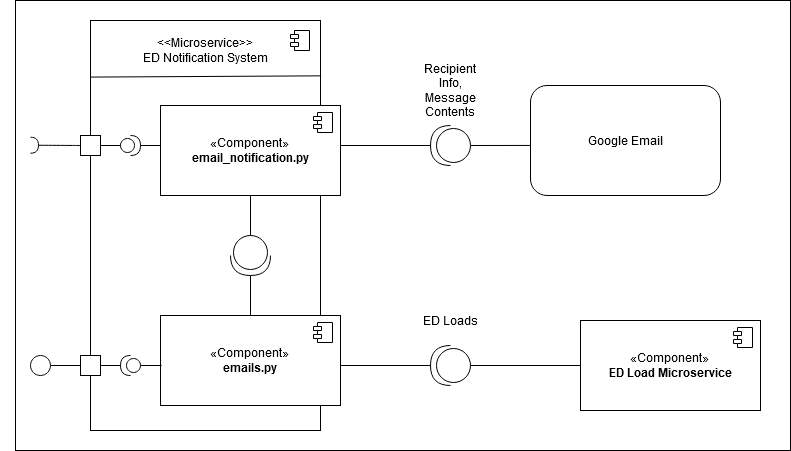
The draw.io diagram Assets/M2/NotificationServiceAssets/Notification_CC.png in uvic-teach/project-m1-team9, before a commit. Source tidied: cells renumbered, new cells last; positions are measured from the earlier drawing's top-left corner, leaving out a move shared by most shapes.
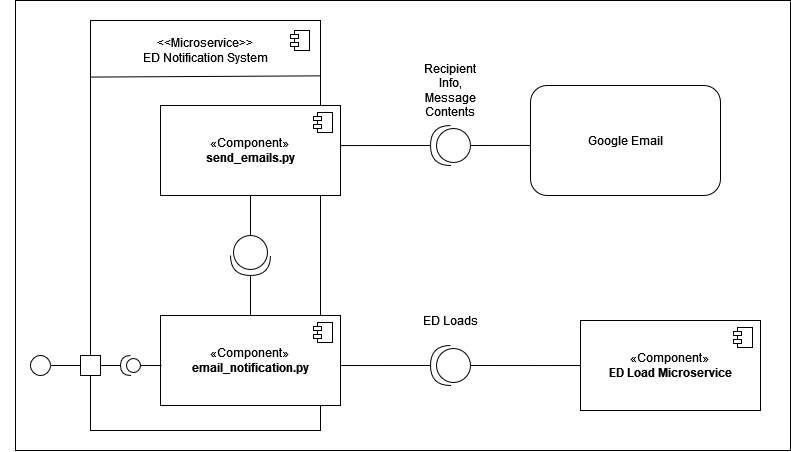
Above is the later version.

Commit message:
Update Notification_CC for recent changes.png

The edit, as a diff of the source:
```diff
@@ -11,7 +11,7 @@
     <mxCell id="4" value="&amp;lt;&amp;lt;Microservice&amp;gt;&amp;gt;&lt;br&gt;&lt;div&gt;ED Notification System&lt;/div&gt;" style="text;html=1;strokeColor=none;fillColor=none;align=center;verticalAlign=middle;whiteSpace=wrap;rounded=0;" parent="1" vertex="1">
       <mxGeometry x="135" y="30" width="140" height="40" as="geometry" />
     </mxCell>
-    <mxCell id="5" value="«Component»&lt;br&gt;&lt;b&gt;email_notification.py&lt;/b&gt;" style="html=1;whiteSpace=wrap;" parent="1" vertex="1">
+    <mxCell id="5" value="«Component»&lt;br&gt;&lt;b&gt;send_emails.py&lt;/b&gt;" style="html=1;whiteSpace=wrap;" parent="1" vertex="1">
       <mxGeometry x="160" y="105" width="180" height="90" as="geometry" />
     </mxCell>
     <mxCell id="6" style="shape=module;jettyWidth=8;jettyHeight=4;" parent="5" vertex="1">
@@ -51,7 +51,7 @@
         </Array>
       </mxGeometry>
     </mxCell>
-    <mxCell id="13" value="«Component»&lt;br&gt;&lt;b&gt;emails.py&lt;/b&gt;" style="html=1;whiteSpace=wrap;" parent="1" vertex="1">
+    <mxCell id="13" value="«Component»&lt;br&gt;&lt;b&gt;email_notification.py&lt;/b&gt;" style="html=1;whiteSpace=wrap;" parent="1" vertex="1">
       <mxGeometry x="160" y="315" width="180" height="90" as="geometry" />
     </mxCell>
     <mxCell id="14" style="shape=module;jettyWidth=8;jettyHeight=4;" parent="13" vertex="1">
@@ -91,38 +91,21 @@
     <mxCell id="24" style="shape=module;jettyWidth=8;jettyHeight=4;" parent="1" vertex="1">
       <mxGeometry x="290" y="30" width="19" height="20" as="geometry" />
     </mxCell>
-    <mxCell id="25" style="whiteSpace=wrap;html=1;" parent="1" vertex="1">
-      <mxGeometry x="80" y="135" width="20" height="20" as="geometry" />
-    </mxCell>
     <mxCell id="26" style="edgeStyle=orthogonalEdgeStyle;rounded=0;jettySize=auto;html=1;exitX=0;exitY=0.5;exitDx=0;exitDy=0;entryX=1;entryY=0.5;entryDx=0;entryDy=0;endArrow=none;endFill=0;" parent="1" edge="1" source="27" target="32">
       <mxGeometry relative="1" as="geometry" />
     </mxCell>
     <mxCell id="27" style="whiteSpace=wrap;html=1;" parent="1" vertex="1">
       <mxGeometry x="80" y="355" width="20" height="20" as="geometry" />
     </mxCell>
-    <mxCell id="28" style="shape=providedRequiredInterface;html=1;verticalLabelPosition=bottom;sketch=0;" parent="1" vertex="1">
-      <mxGeometry x="120" y="135" width="20" height="20" as="geometry" />
-    </mxCell>
     <mxCell id="29" style="shape=providedRequiredInterface;html=1;verticalLabelPosition=bottom;sketch=0;rotation=-180;" parent="1" vertex="1">
       <mxGeometry x="120" y="355" width="20" height="20" as="geometry" />
     </mxCell>
-    <mxCell id="30" style="rounded=0;jettySize=auto;html=1;endArrow=halfCircle;endFill=0;endSize=6;strokeWidth=1;sketch=0;fontSize=12;curved=1;exitX=0;exitY=0.5;exitDx=0;exitDy=0;" parent="1" edge="1" source="25">
-      <mxGeometry relative="1" as="geometry">
-        <mxPoint x="30" y="144.7" as="targetPoint" />
-      </mxGeometry>
-    </mxCell>
     <mxCell id="31" style="ellipse;whiteSpace=wrap;html=1;align=center;fillColor=none;strokeColor=none;perimeter=centerPerimeter;" parent="1" vertex="1">
       <mxGeometry y="190" width="10" height="10" as="geometry" />
     </mxCell>
     <mxCell id="32" style="ellipse;whiteSpace=wrap;html=1;" parent="1" vertex="1">
       <mxGeometry x="30" y="355" width="20" height="20" as="geometry" />
     </mxCell>
-    <mxCell id="33" style="edgeStyle=orthogonalEdgeStyle;rounded=0;jettySize=auto;html=1;exitX=1;exitY=0.5;exitDx=0;exitDy=0;entryX=0;entryY=0.5;entryDx=0;entryDy=0;entryPerimeter=0;endArrow=none;endFill=0;" parent="1" edge="1" source="25" target="28">
-      <mxGeometry relative="1" as="geometry" />
-    </mxCell>
-    <mxCell id="34" style="edgeStyle=orthogonalEdgeStyle;rounded=0;jettySize=auto;html=1;entryX=-0.003;entryY=0.452;entryDx=0;entryDy=0;entryPerimeter=0;endArrow=none;endFill=0;" parent="1" edge="1" source="28" target="5">
-      <mxGeometry relative="1" as="geometry" />
-    </mxCell>
     <mxCell id="35" style="edgeStyle=orthogonalEdgeStyle;rounded=0;jettySize=auto;html=1;exitX=1;exitY=0.5;exitDx=0;exitDy=0;entryX=1;entryY=0.5;entryDx=0;entryDy=0;entryPerimeter=0;endArrow=none;endFill=0;" parent="1" edge="1" source="27" target="29">
       <mxGeometry relative="1" as="geometry" />
     </mxCell>
```
